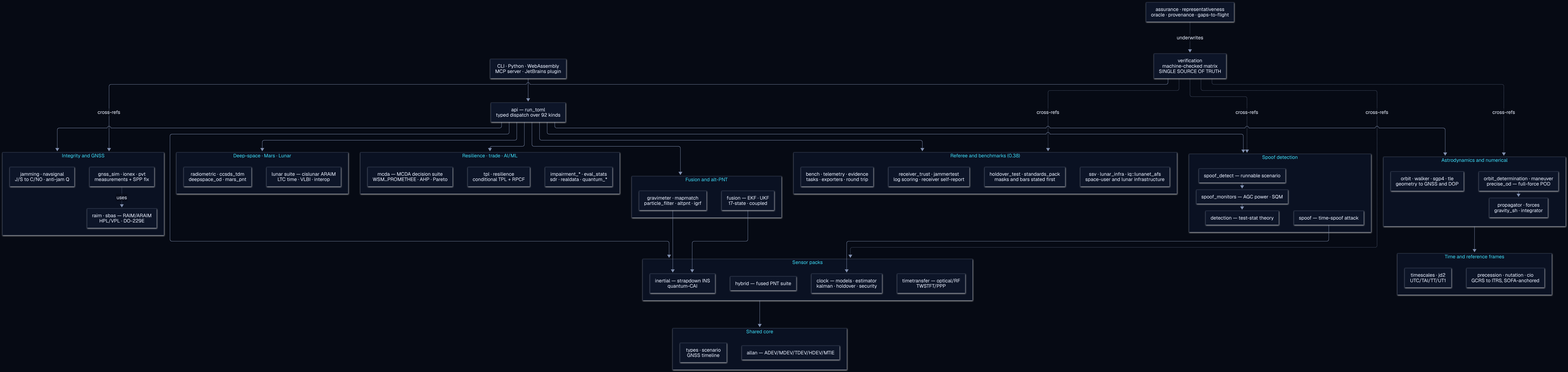
Above: docs/assets/diagrams/module-map.png in ashfordeOU/kshana (Mermaid), before the change. Its source is kept beside it as docs/diagrams/module-map.mmd. The source it was exported from:
```mermaid
flowchart TD
    cli["CLI · Python · WebAssembly<br/>MCP server · JetBrains plugin"] --> api["api — run_toml<br/>typed dispatch over 92 kinds"]
    subgraph shared["Shared core"]
      types["types · scenario<br/>GNSS timeline"]
      allan["allan — ADEV/MDEV/TDEV/HDEV/MTIE"]
    end
    subgraph frames["Time and reference frames"]
      ts["timescales · jd2<br/>UTC/TAI/TT/UT1"]
      cio["precession · nutation · cio<br/>GCRS to ITRS, SOFA-anchored"]
    end
    subgraph packs["Sensor packs"]
      p1["clock — models · estimator<br/>kalman · holdover · security"]
      p2["inertial — strapdown INS<br/>quantum-CAI"]
      p3["timetransfer — optical/RF<br/>TWSTFT/PPP"]
      p4["hybrid — fused PNT suite"]
    end
    subgraph astro["Astrodynamics and numerical"]
      orbit["orbit · walker · sgp4 · tle<br/>geometry to GNSS and DOP"]
      prop["propagator · forces<br/>gravity_sh · integrator"]
      odm["orbit_determination · maneuver<br/>precise_od — full-force POD"]
    end
    subgraph intg["Integrity and GNSS"]
      raim["raim · sbas — RAIM/ARAIM<br/>HPL/VPL · DO-229E"]
      gsim["gnss_sim · ionex · pvt<br/>measurements + SPP fix"]
      jam["jamming · navsignal<br/>J/S to C/N0 · anti-jam Q"]
    end
    subgraph spf["Spoof detection"]
      spoof["spoof — time-spoof attack"]
      spm["spoof_monitors — AGC power · SQM"]
      det["detection — test-stat theory"]
      spd["spoof_detect — runnable scenario"]
    end
    subgraph fnav["Fusion and alt-PNT"]
      fus["fusion — EKF · UKF<br/>17-state · coupled"]
      alt["gravimeter · mapmatch<br/>particle_filter · altpnt · igrf"]
    end
    subgraph deep["Deep-space · Mars · Lunar"]
      dsr["radiometric · ccsds_tdm<br/>deepspace_od · mars_pnt"]
      lun["lunar suite — cislunar ARAIM<br/>LTC time · VLBI · interop"]
    end
    subgraph resil["Resilience · trade · AI/ML"]
      tpl["tpl · resilience<br/>conditional TPL + RPCF"]
      opt["impairment_* · eval_stats<br/>sdr · realdata · quantum_*"]
      mcda["mcda — MCDA decision suite<br/>WSM…PROMETHEE · AHP · Pareto"]
    end
    subgraph ref["Referee and benchmarks (0.38)"]
      rtr["receiver_trust · jammertest<br/>log scoring · receiver self-report"]
      tim["holdover_test · standards_pack<br/>masks and bars stated first"]
      brn["bench · telemetry · evidence<br/>tasks · exporters · round trip"]
      ssvm["ssv · lunar_infra · iq::lunanet_afs<br/>space-user and lunar infrastructure"]
    end
    VER["verification<br/>machine-checked matrix<br/>SINGLE SOURCE OF TRUTH"]
    ASR["assurance · representativeness<br/>oracle · provenance · gaps-to-flight"]
    ASR -. underwrites .-> VER
    api --> packs
    api --> astro
    api --> intg
    api --> spf
    api --> fnav
    api --> deep
    api --> resil
    api --> ref
    packs --> shared
    astro --> frames
    odm --> prop
    spoof --> p1
    spm --> det
    spd --> spm
    fus --> p2
    alt --> p2
    gsim -. uses .-> raim
    VER -. cross-refs .-> packs
    VER -. cross-refs .-> intg
    VER -. cross-refs .-> spf
    VER -. cross-refs .-> astro
    VER -. cross-refs .-> ref
```
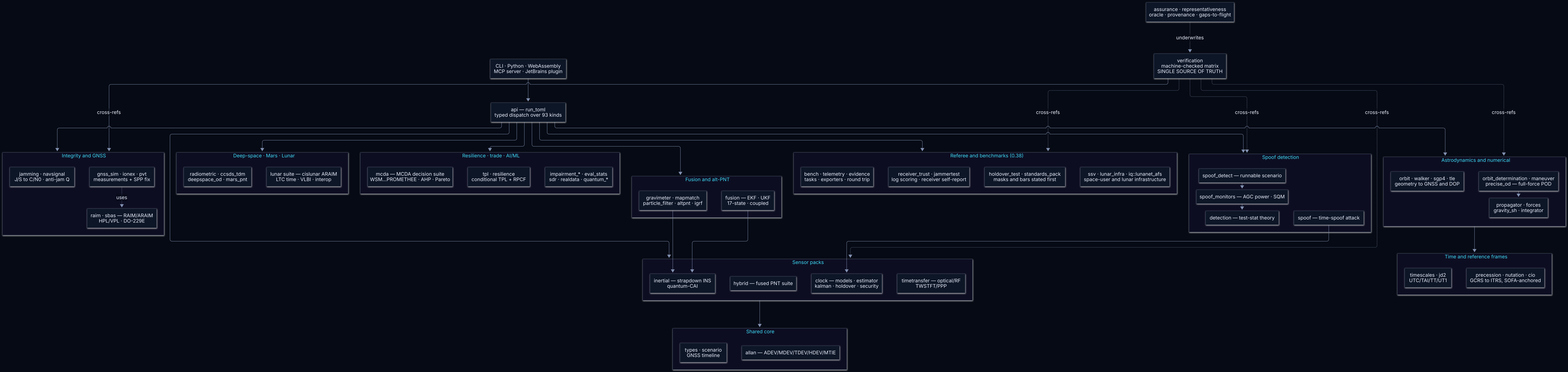
The same file after the commit.

What changed in the source:
```diff
@@ -1,5 +1,5 @@
 flowchart TD
-    cli["CLI · Python · WebAssembly<br/>MCP server · JetBrains plugin"] --> api["api — run_toml<br/>typed dispatch over 92 kinds"]
+    cli["CLI · Python · WebAssembly<br/>MCP server · JetBrains plugin"] --> api["api — run_toml<br/>typed dispatch over 93 kinds"]
     subgraph shared["Shared core"]
       types["types · scenario<br/>GNSS timeline"]
       allan["allan — ADEV/MDEV/TDEV/HDEV/MTIE"]
```
